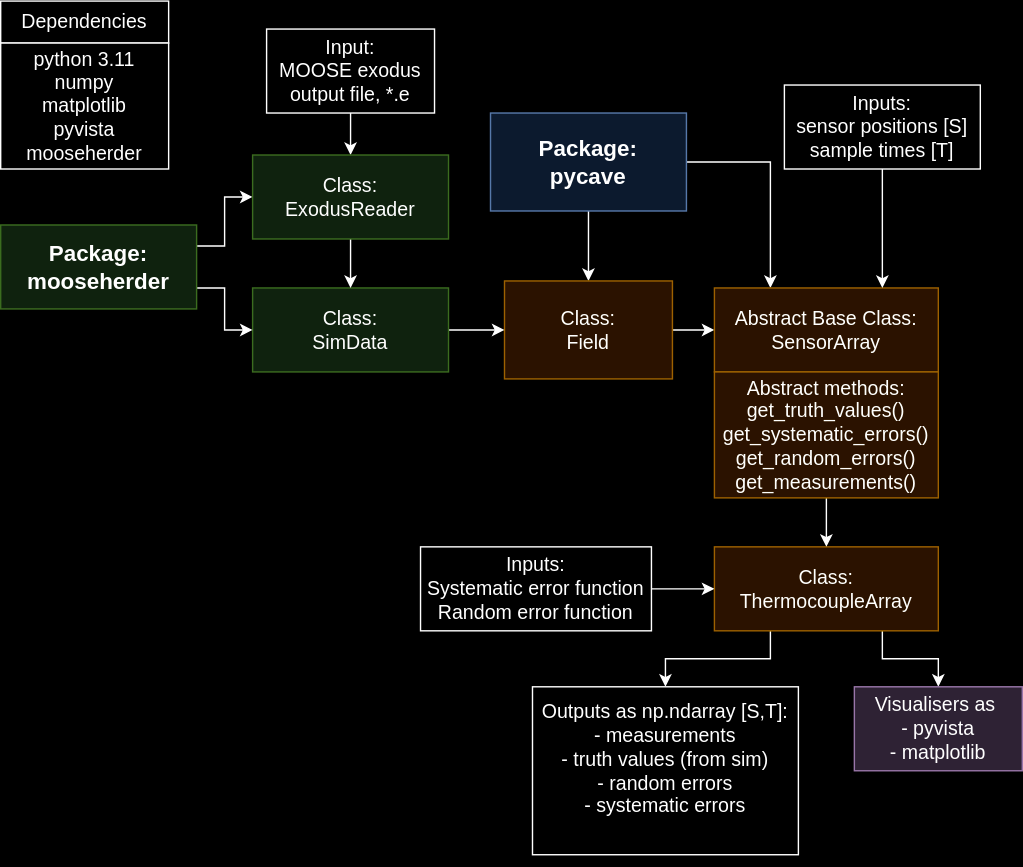
The draw.io diagram reports/images/pycave.drawio.svg in Digital-Validation-Laboratory/pyvale, before a commit. Source tidied: cells renumbered, new cells last; positions are measured from the earlier drawing's top-left corner, leaving out a move shared by most shapes.
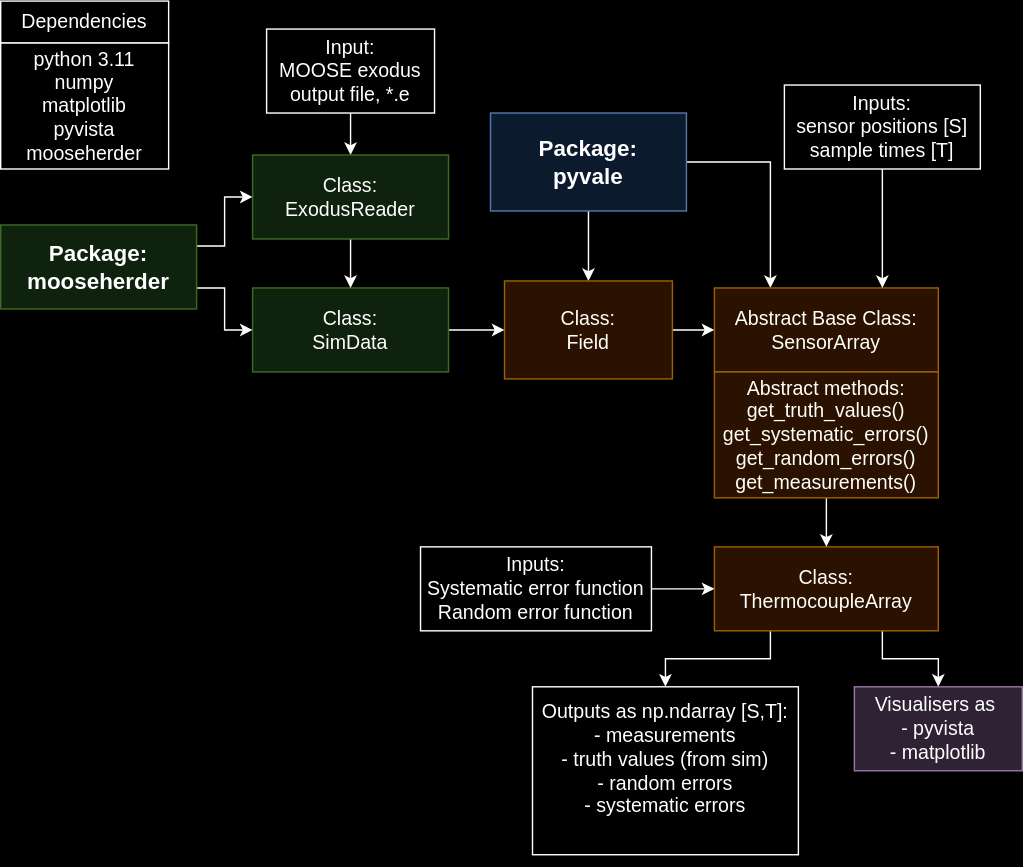
The same diagram one commit later.

Change to the diagram source:
```diff
@@ -8,7 +8,7 @@
     <mxCell id="3" style="edgeStyle=orthogonalEdgeStyle;rounded=0;jettySize=auto;html=1;exitX=1;exitY=0.5;exitDx=0;exitDy=0;entryX=0.25;entryY=0;entryDx=0;entryDy=0;fontSize=14;fontFamily=Helvetica;" parent="1" edge="1" source="4" target="9">
       <mxGeometry relative="1" as="geometry" />
     </mxCell>
-    <mxCell id="4" value="&lt;b style=&quot;font-size: 16px;&quot;&gt;Package:&lt;br style=&quot;&quot;&gt;pycave&lt;/b&gt;" style="rounded=0;whiteSpace=wrap;html=1;fillColor=#dae8fc;strokeColor=#6c8ebf;fontSize=14;fontFamily=Helvetica;" parent="1" vertex="1">
+    <mxCell id="4" value="&lt;b style=&quot;font-size: 16px;&quot;&gt;Package:&lt;br style=&quot;&quot;&gt;pyvale&lt;/b&gt;" style="rounded=0;whiteSpace=wrap;html=1;fillColor=#dae8fc;strokeColor=#6c8ebf;fontSize=14;fontFamily=Helvetica;" parent="1" vertex="1">
       <mxGeometry x="350" y="80" width="140" height="70" as="geometry" />
     </mxCell>
     <mxCell id="5" value="Dependencies" style="rounded=0;whiteSpace=wrap;html=1;fontSize=14;fontFamily=Helvetica;" parent="1" vertex="1">
```
